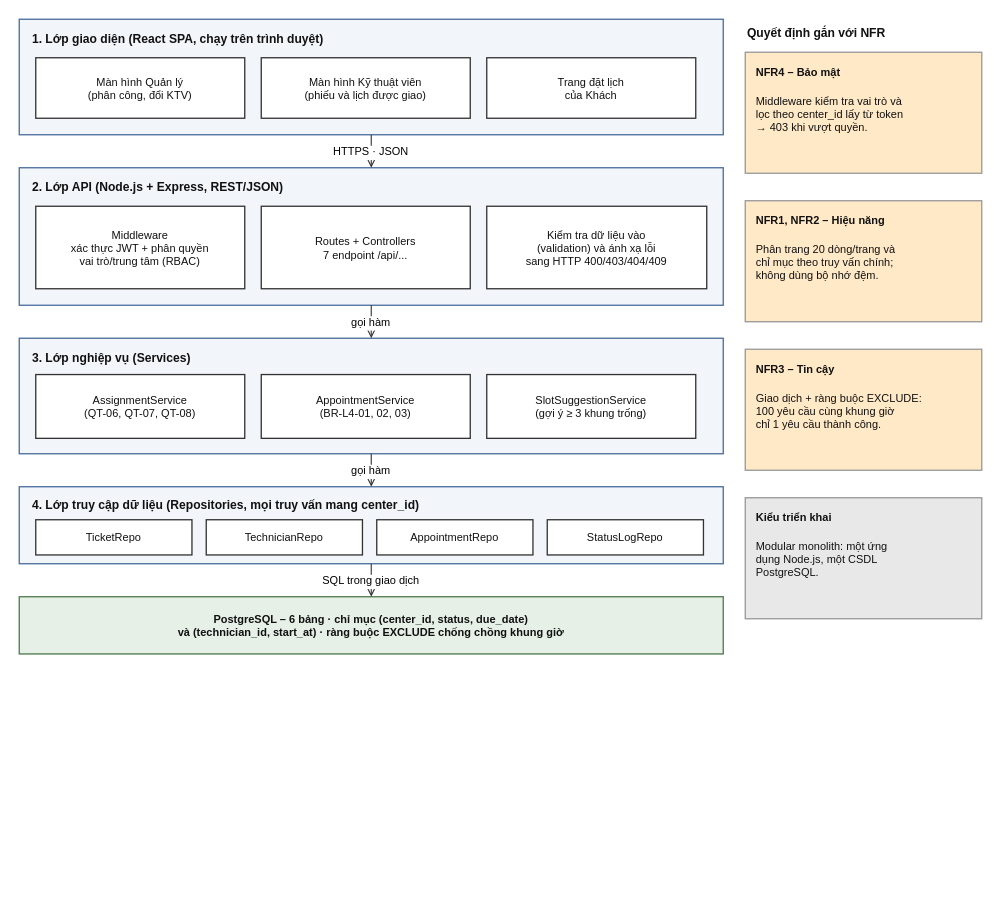
Earlier version of the draw.io diagram docs/architecture.drawio (Sherbet0001/cdtn1-VienThanhDat-L4). Source tidied: cells renumbered, new cells numbered last; positions are measured from the earlier drawing's top-left corner, leaving out a move shared by most shapes. Both pictures are drawn from the tidied source at 110%, with x=0, y=0 at pixel (19, 19).
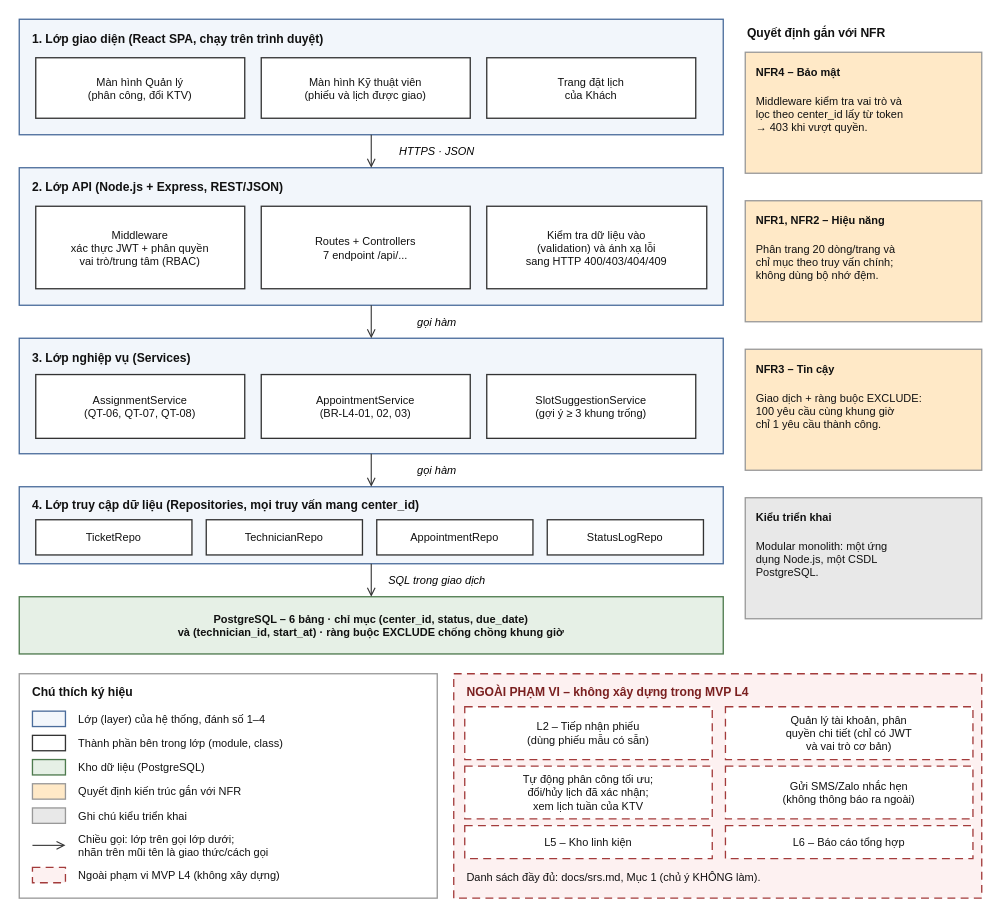
Above is the later version.

Commit message:
docs: thêm chú thích ký hiệu và phần ngoài phạm vi vào sơ đồ kiến trúc

Unchanged cells that the change refers to:
```xml
<mxCell id="2" style="rounded=0;whiteSpace=wrap;html=0;fillColor=#F2F6FB;strokeColor=#4A6C9B;fontSize=11;fontColor=#111111;align=center;verticalAlign=middle;strokeWidth=1.2;" parent="1" vertex="1">
  <mxGeometry width="640" height="105" as="geometry" />
</mxCell>
<mxCell id="7" style="rounded=0;whiteSpace=wrap;html=0;fillColor=#F2F6FB;strokeColor=#4A6C9B;fontSize=11;fontColor=#111111;align=center;verticalAlign=middle;strokeWidth=1.2;" parent="1" vertex="1">
  <mxGeometry y="135" width="640" height="125" as="geometry" />
</mxCell>
<mxCell id="12" style="rounded=0;whiteSpace=wrap;html=0;fillColor=#F2F6FB;strokeColor=#4A6C9B;fontSize=11;fontColor=#111111;align=center;verticalAlign=middle;strokeWidth=1.2;" parent="1" vertex="1">
  <mxGeometry y="290" width="640" height="105" as="geometry" />
</mxCell>
<mxCell id="17" style="rounded=0;whiteSpace=wrap;html=0;fillColor=#F2F6FB;strokeColor=#4A6C9B;fontSize=11;fontColor=#111111;align=center;verticalAlign=middle;strokeWidth=1.2;" parent="1" vertex="1">
  <mxGeometry y="425" width="640" height="70" as="geometry" />
</mxCell>
<mxCell id="23" value="PostgreSQL – 6 bảng · chỉ mục (center_id, status, due_date)&#10;và (technician_id, start_at) · ràng buộc EXCLUDE chống chồng khung giờ" style="rounded=0;whiteSpace=wrap;html=0;fillColor=#E6F0E6;strokeColor=#4D7A4D;fontSize=10;fontColor=#111111;align=center;verticalAlign=middle;strokeWidth=1.2;fontStyle=1;" parent="1" vertex="1">
  <mxGeometry y="525" width="640" height="52" as="geometry" />
</mxCell>
```

Change to the diagram source:
```diff
@@
-    <mxCell id="24" value="HTTPS · JSON" style="html=0;endArrow=open;endFill=0;strokeColor=#333333;fontSize=10;labelBackgroundColor=#ffffff;" parent="1" edge="1" source="2" target="7">
-      <mxGeometry relative="1" as="geometry" />
+    <mxCell id="24" value="HTTPS · JSON" style="html=0;endArrow=open;endFill=0;strokeColor=#333333;fontSize=10;fontStyle=2;labelBackgroundColor=#ffffff;" parent="1" edge="1" source="2" target="7">
+      <mxGeometry relative="1" as="geometry">
+        <mxPoint x="60" as="offset" />
+      </mxGeometry>
     </mxCell>
-    <mxCell id="25" value="gọi hàm" style="html=0;endArrow=open;endFill=0;strokeColor=#333333;fontSize=10;labelBackgroundColor=#ffffff;" parent="1" edge="1" source="7" target="12">
-      <mxGeometry relative="1" as="geometry" />
+    <mxCell id="25" value="gọi hàm" style="html=0;endArrow=open;endFill=0;strokeColor=#333333;fontSize=10;fontStyle=2;labelBackgroundColor=#ffffff;" parent="1" edge="1" source="7" target="12">
+      <mxGeometry relative="1" as="geometry">
+        <mxPoint x="60" as="offset" />
+      </mxGeometry>
     </mxCell>
-    <mxCell id="26" value="gọi hàm" style="html=0;endArrow=open;endFill=0;strokeColor=#333333;fontSize=10;labelBackgroundColor=#ffffff;" parent="1" edge="1" source="12" target="17">
-      <mxGeometry relative="1" as="geometry" />
+    <mxCell id="26" value="gọi hàm" style="html=0;endArrow=open;endFill=0;strokeColor=#333333;fontSize=10;fontStyle=2;labelBackgroundColor=#ffffff;" parent="1" edge="1" source="12" target="17">
+      <mxGeometry relative="1" as="geometry">
+        <mxPoint x="60" as="offset" />
+      </mxGeometry>
     </mxCell>
-    <mxCell id="27" value="SQL trong giao dịch" style="html=0;endArrow=open;endFill=0;strokeColor=#333333;fontSize=10;labelBackgroundColor=#ffffff;" parent="1" edge="1" source="17" target="23">
-      <mxGeometry relative="1" as="geometry" />
+    <mxCell id="27" value="SQL trong giao dịch" style="html=0;endArrow=open;endFill=0;strokeColor=#333333;fontSize=10;fontStyle=2;labelBackgroundColor=#ffffff;" parent="1" edge="1" source="17" target="23">
+      <mxGeometry relative="1" as="geometry">
+        <mxPoint x="60" as="offset" />
+      </mxGeometry>
     </mxCell>
@@
+    <mxCell id="41" style="rounded=0;whiteSpace=wrap;html=0;fillColor=#FFFFFF;strokeColor=#999999;fontSize=10;fontColor=#111111;align=center;verticalAlign=middle;strokeWidth=1.2;" parent="1" vertex="1">
+      <mxGeometry y="595" width="380" height="204" as="geometry" />
+    </mxCell>
+    <mxCell id="42" value="Chú thích ký hiệu" style="text;html=0;whiteSpace=wrap;strokeColor=none;fillColor=none;fontSize=11;fontColor=#111111;align=left;verticalAlign=top;fontStyle=1;" parent="1" vertex="1">
+      <mxGeometry x="10" y="599" width="300" height="20" as="geometry" />
+    </mxCell>
+    <mxCell id="43" style="rounded=0;whiteSpace=wrap;html=0;fillColor=#F2F6FB;strokeColor=#4A6C9B;fontSize=10;fontColor=#111111;align=center;verticalAlign=middle;strokeWidth=1.2;" parent="1" vertex="1">
+      <mxGeometry x="12" y="629" width="30" height="14" as="geometry" />
+    </mxCell>
+    <mxCell id="44" value="Lớp (layer) của hệ thống, đánh số 1–4" style="text;html=0;whiteSpace=wrap;strokeColor=none;fillColor=none;fontSize=10;fontColor=#111111;align=left;verticalAlign=middle;" parent="1" vertex="1">
+      <mxGeometry x="52" y="625" width="320" height="22" as="geometry" />
+    </mxCell>
+    <mxCell id="45" style="rounded=0;whiteSpace=wrap;html=0;fillColor=#FFFFFF;strokeColor=#333333;fontSize=10;fontColor=#111111;align=center;verticalAlign=middle;strokeWidth=1.2;" parent="1" vertex="1">
+      <mxGeometry x="12" y="651" width="30" height="14" as="geometry" />
+    </mxCell>
+    <mxCell id="46" value="Thành phần bên trong lớp (module, class)" style="text;html=0;whiteSpace=wrap;strokeColor=none;fillColor=none;fontSize=10;fontColor=#111111;align=left;verticalAlign=middle;" parent="1" vertex="1">
+      <mxGeometry x="52" y="647" width="320" height="22" as="geometry" />
+    </mxCell>
+    <mxCell id="47" style="rounded=0;whiteSpace=wrap;html=0;fillColor=#E6F0E6;strokeColor=#4D7A4D;fontSize=10;fontColor=#111111;align=center;verticalAlign=middle;strokeWidth=1.2;" parent="1" vertex="1">
+      <mxGeometry x="12" y="673" width="30" height="14" as="geometry" />
+    </mxCell>
+    <mxCell id="48" value="Kho dữ liệu (PostgreSQL)" style="text;html=0;whiteSpace=wrap;strokeColor=none;fillColor=none;fontSize=10;fontColor=#111111;align=left;verticalAlign=middle;" parent="1" vertex="1">
+      <mxGeometry x="52" y="669" width="320" height="22" as="geometry" />
+    </mxCell>
+    <mxCell id="49" style="rounded=0;whiteSpace=wrap;html=0;fillColor=#FFE9C7;strokeColor=#999999;fontSize=10;fontColor=#111111;align=center;verticalAlign=middle;strokeWidth=1.2;" parent="1" vertex="1">
+      <mxGeometry x="12" y="695" width="30" height="14" as="geometry" />
+    </mxCell>
+    <mxCell id="50" value="Quyết định kiến trúc gắn với NFR" style="text;html=0;whiteSpace=wrap;strokeColor=none;fillColor=none;fontSize=10;fontColor=#111111;align=left;verticalAlign=middle;" parent="1" vertex="1">
+      <mxGeometry x="52" y="691" width="320" height="22" as="geometry" />
+    </mxCell>
+    <mxCell id="51" style="rounded=0;whiteSpace=wrap;html=0;fillColor=#E8E8E8;strokeColor=#999999;fontSize=10;fontColor=#111111;align=center;verticalAlign=middle;strokeWidth=1.2;" parent="1" vertex="1">
+      <mxGeometry x="12" y="717" width="30" height="14" as="geometry" />
+    </mxCell>
+    <mxCell id="52" value="Ghi chú kiểu triển khai" style="text;html=0;whiteSpace=wrap;strokeColor=none;fillColor=none;fontSize=10;fontColor=#111111;align=left;verticalAlign=middle;" parent="1" vertex="1">
+      <mxGeometry x="52" y="713" width="320" height="22" as="geometry" />
+    </mxCell>
+    <mxCell id="53" style="html=0;endArrow=open;endFill=0;strokeColor=#333333;" parent="1" edge="1">
+      <mxGeometry relative="1" as="geometry">
+        <mxPoint x="12" y="751" as="sourcePoint" />
+        <mxPoint x="42" y="751" as="targetPoint" />
+      </mxGeometry>
+    </mxCell>
+    <mxCell id="54" value="Chiều gọi: lớp trên gọi lớp dưới;&#10;nhãn trên mũi tên là giao thức/cách gọi" style="text;html=0;whiteSpace=wrap;strokeColor=none;fillColor=none;fontSize=10;fontColor=#111111;align=left;verticalAlign=middle;" parent="1" vertex="1">
+      <mxGeometry x="52" y="735" width="320" height="32" as="geometry" />
+    </mxCell>
+    <mxCell id="55" style="rounded=0;whiteSpace=wrap;html=0;fillColor=#FDF1F1;strokeColor=#A33B3B;fontSize=10;fontColor=#111111;align=center;verticalAlign=middle;strokeWidth=1.2;dashed=1;dashPattern=6 4;" parent="1" vertex="1">
+      <mxGeometry x="12" y="771" width="30" height="14" as="geometry" />
+    </mxCell>
+    <mxCell id="56" value="Ngoài phạm vi MVP L4 (không xây dựng)" style="text;html=0;whiteSpace=wrap;strokeColor=none;fillColor=none;fontSize=10;fontColor=#111111;align=left;verticalAlign=middle;" parent="1" vertex="1">
+      <mxGeometry x="52" y="767" width="320" height="22" as="geometry" />
+    </mxCell>
+    <mxCell id="57" style="rounded=0;whiteSpace=wrap;html=0;fillColor=#FDF1F1;strokeColor=#A33B3B;fontSize=10;fontColor=#111111;align=center;verticalAlign=middle;strokeWidth=1.2;dashed=1;dashPattern=6 4;" parent="1" vertex="1">
+      <mxGeometry x="395" y="595" width="480" height="204" as="geometry" />
+    </mxCell>
+    <mxCell id="58" value="NGOÀI PHẠM VI – không xây dựng trong MVP L4" style="text;html=0;whiteSpace=wrap;strokeColor=none;fillColor=none;fontSize=11;fontColor=#7A1F1F;align=left;verticalAlign=top;fontStyle=1;" parent="1" vertex="1">
+      <mxGeometry x="405" y="599" width="460" height="20" as="geometry" />
+    </mxCell>
+    <mxCell id="59" value="L2 – Tiếp nhận phiếu&#10;(dùng phiếu mẫu có sẵn)" style="rounded=0;whiteSpace=wrap;html=0;fillColor=#FFFFFF;strokeColor=#A33B3B;fontSize=10;fontColor=#111111;align=center;verticalAlign=middle;strokeWidth=1.2;dashed=1;dashPattern=6 4;" parent="1" vertex="1">
+      <mxGeometry x="405" y="625" width="225" height="48" as="geometry" />
+    </mxCell>
+    <mxCell id="60" value="Quản lý tài khoản, phân&#10;quyền chi tiết (chỉ có JWT&#10;và vai trò cơ bản)" style="rounded=0;whiteSpace=wrap;html=0;fillColor=#FFFFFF;strokeColor=#A33B3B;fontSize=10;fontColor=#111111;align=center;verticalAlign=middle;strokeWidth=1.2;dashed=1;dashPattern=6 4;" parent="1" vertex="1">
+      <mxGeometry x="642" y="625" width="225" height="48" as="geometry" />
+    </mxCell>
+    <mxCell id="61" value="Tự động phân công tối ưu;&#10;đổi/hủy lịch đã xác nhận;&#10;xem lịch tuần của KTV" style="rounded=0;whiteSpace=wrap;html=0;fillColor=#FFFFFF;strokeColor=#A33B3B;fontSize=10;fontColor=#111111;align=center;verticalAlign=middle;strokeWidth=1.2;dashed=1;dashPattern=6 4;" parent="1" vertex="1">
+      <mxGeometry x="405" y="679" width="225" height="48" as="geometry" />
+    </mxCell>
+    <mxCell id="62" value="Gửi SMS/Zalo nhắc hẹn&#10;(không thông báo ra ngoài)" style="rounded=0;whiteSpace=wrap;html=0;fillColor=#FFFFFF;strokeColor=#A33B3B;fontSize=10;fontColor=#111111;align=center;verticalAlign=middle;strokeWidth=1.2;dashed=1;dashPattern=6 4;" parent="1" vertex="1">
+      <mxGeometry x="642" y="679" width="225" height="48" as="geometry" />
+    </mxCell>
+    <mxCell id="63" value="L5 – Kho linh kiện" style="rounded=0;whiteSpace=wrap;html=0;fillColor=#FFFFFF;strokeColor=#A33B3B;fontSize=10;fontColor=#111111;align=center;verticalAlign=middle;strokeWidth=1.2;dashed=1;dashPattern=6 4;" parent="1" vertex="1">
+      <mxGeometry x="405" y="733" width="225" height="30" as="geometry" />
+    </mxCell>
+    <mxCell id="64" value="L6 – Báo cáo tổng hợp" style="rounded=0;whiteSpace=wrap;html=0;fillColor=#FFFFFF;strokeColor=#A33B3B;fontSize=10;fontColor=#111111;align=center;verticalAlign=middle;strokeWidth=1.2;dashed=1;dashPattern=6 4;" parent="1" vertex="1">
+      <mxGeometry x="642" y="733" width="225" height="30" as="geometry" />
+    </mxCell>
+    <mxCell id="65" value="Danh sách đầy đủ: docs/srs.md, Mục 1 (chủ ý KHÔNG làm)." style="text;html=0;whiteSpace=wrap;strokeColor=none;fillColor=none;fontSize=10;fontColor=#111111;align=left;verticalAlign=middle;" parent="1" vertex="1">
+      <mxGeometry x="405" y="769" width="460" height="22" as="geometry" />
+    </mxCell>
```
